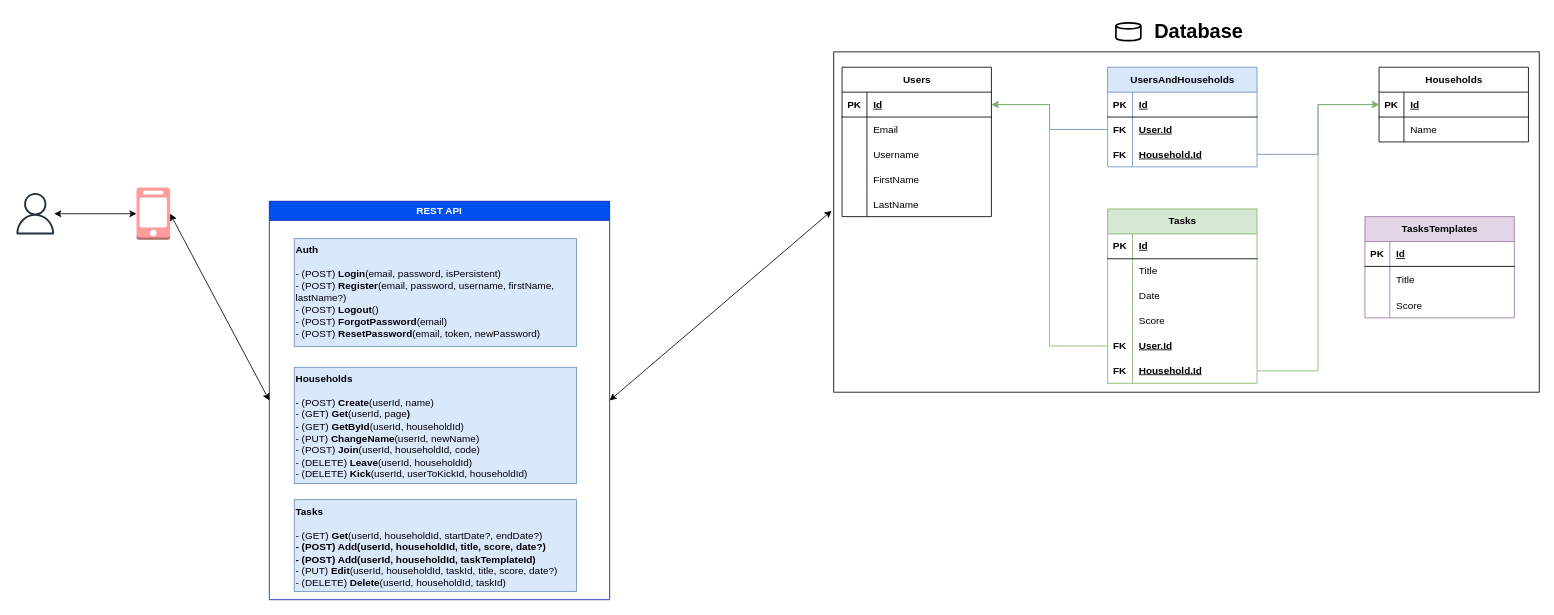
BBualdo/Fifty-Fifty keeps this draw.io diagram as Fifty-Fifty.drawio. Above is the earlier version. Source tidied: cells renumbered, new cells numbered last; positions are measured from the earlier drawing's top-left corner, leaving out a move shared by most shapes. Both pictures are drawn from the tidied source at 83%, with x=0, y=0 at pixel (14, 22).
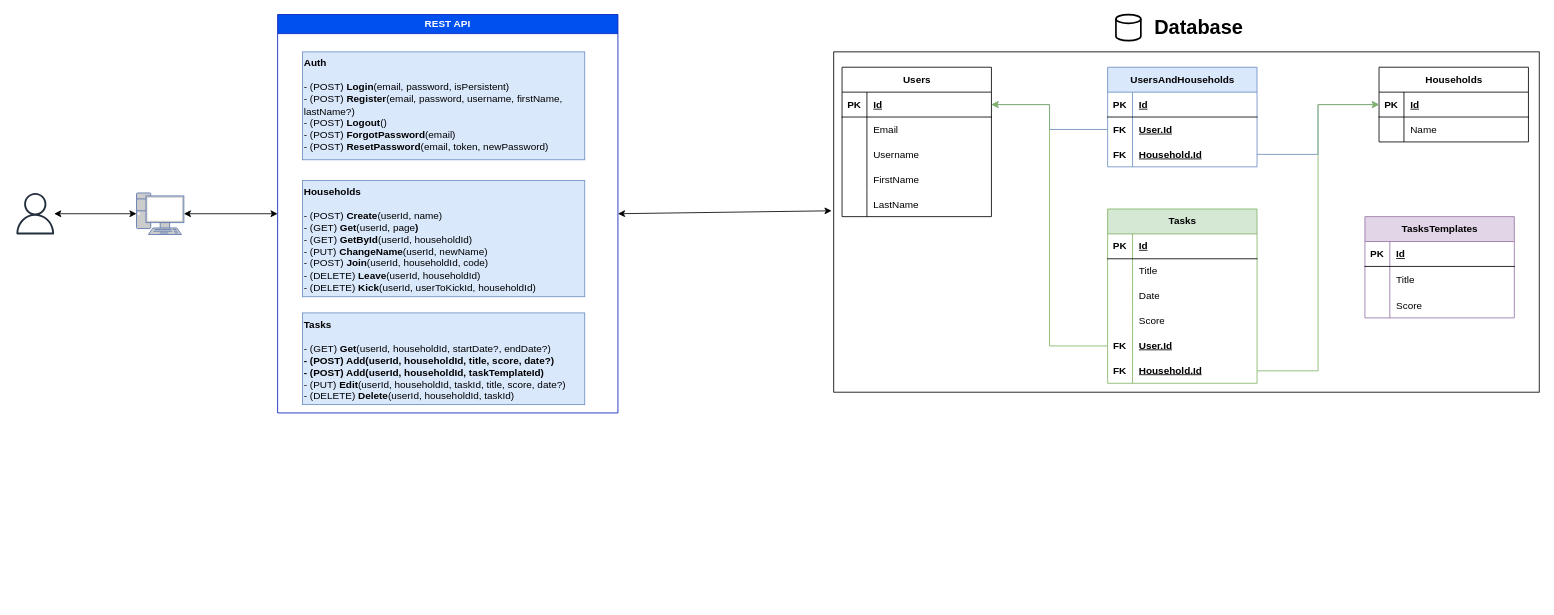
After the change.

Commit message:
Diagram cleanup

The change refers to these unchanged cells:
```xml
<mxCell id="2" style="sketch=0;outlineConnect=0;fontColor=#232F3E;gradientColor=none;fillColor=#232F3D;strokeColor=none;dashed=0;verticalLabelPosition=bottom;verticalAlign=top;align=center;html=1;fontSize=12;fontStyle=0;shape=mxgraph.aws4.user;" parent="1" vertex="1">
  <mxGeometry y="205" width="50" height="50" as="geometry" />
</mxCell>
<mxCell id="11" style="group;" parent="1" vertex="1">
  <mxGeometry x="987" y="0.1" width="850" height="444.9" as="geometry" />
</mxCell>
```

What changed in the source:
```diff
@@
-    <mxCell id="3" style="outlineConnect=0;dashed=0;verticalLabelPosition=bottom;verticalAlign=top;align=center;html=1;shape=mxgraph.aws3.mobile_client;fillColor=#FF9C9C;strokeColor=#6F0000;fontColor=#ffffff;" parent="1" vertex="1">
-      <mxGeometry x="147" y="198.5" width="40.5" height="63" as="geometry" />
-    </mxCell>
-    <mxCell id="4" style="endArrow=classic;startArrow=classic;html=1;rounded=0;entryX=0;entryY=0.5;entryDx=0;entryDy=0;entryPerimeter=0;" parent="1" edge="1" source="2" target="3">
-      <mxGeometry relative="1" as="geometry" />
+    <mxCell id="4" style="endArrow=classic;startArrow=classic;html=1;rounded=0;entryX=0;entryY=0.5;entryDx=0;entryDy=0;entryPerimeter=0;" parent="1" edge="1" source="2">
+      <mxGeometry relative="1" as="geometry">
+        <mxPoint x="147" y="230" as="targetPoint" />
+      </mxGeometry>
     </mxCell>
     <mxCell id="5" value="REST API" style="swimlane;whiteSpace=wrap;html=1;fillColor=#0050ef;fontColor=#ffffff;strokeColor=#001DBC;" parent="1" vertex="1">
-      <mxGeometry x="307" y="215" width="410" height="480" as="geometry" />
+      <mxGeometry x="317" y="-10" width="410" height="480" as="geometry" />
     </mxCell>
@@
-    <mxCell id="9" style="endArrow=classic;startArrow=classic;html=1;rounded=0;entryX=0;entryY=0.5;entryDx=0;entryDy=0;exitX=1;exitY=0.5;exitDx=0;exitDy=0;exitPerimeter=0;" parent="1" edge="1" source="3" target="5">
+    <mxCell id="9" style="endArrow=classic;startArrow=classic;html=1;rounded=0;entryX=0;entryY=0.5;entryDx=0;entryDy=0;exitX=1;exitY=0.5;exitDx=0;exitDy=0;exitPerimeter=0;" parent="1" edge="1" source="81" target="5">
       <mxGeometry relative="1" as="geometry" />
     </mxCell>
@@
     <mxCell id="69" style="strokeWidth=2;html=1;shape=mxgraph.flowchart.database;whiteSpace=wrap;" parent="11" vertex="1">
-      <mxGeometry x="340" width="30" height="21.3" as="geometry" />
+      <mxGeometry x="340" y="-10" width="30" height="31.4" as="geometry" />
     </mxCell>
     <mxCell id="70" value="&lt;font style=&quot;font-size: 24px;&quot;&gt;&lt;b&gt;Database&lt;/b&gt;&lt;/font&gt;" style="text;html=1;align=center;verticalAlign=middle;whiteSpace=wrap;rounded=0;" parent="11" vertex="1">
-      <mxGeometry x="360" width="160" height="21.3" as="geometry" />
+      <mxGeometry x="360" y="-5" width="160" height="21.3" as="geometry" />
     </mxCell>
@@
+    <mxCell id="81" style="fontColor=#0066CC;verticalAlign=top;verticalLabelPosition=bottom;labelPosition=center;align=center;html=1;outlineConnect=0;fillColor=#CCCCCC;strokeColor=#6881B3;gradientColor=none;gradientDirection=north;strokeWidth=2;shape=mxgraph.networks.pc;" parent="1" vertex="1">
+      <mxGeometry x="147" y="205" width="57" height="50" as="geometry" />
+    </mxCell>
```
